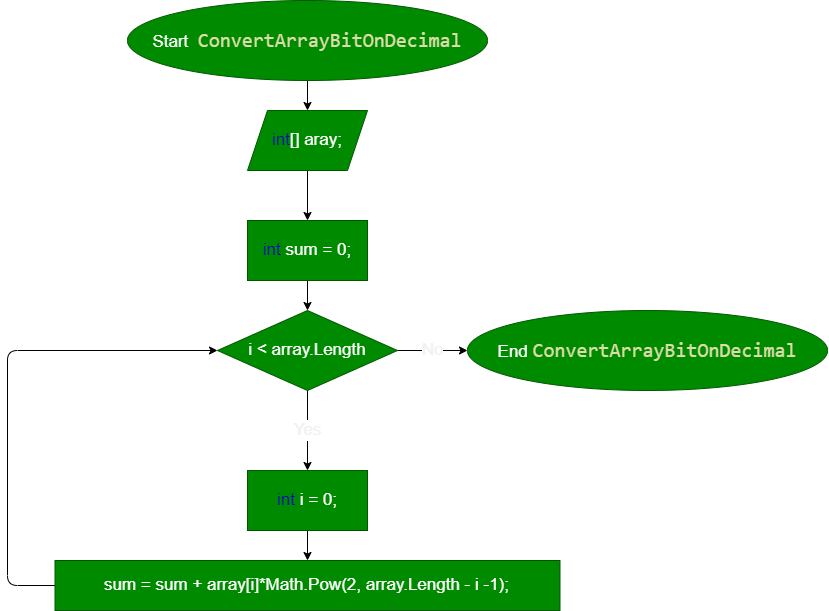
The draw.io diagram ProceduralApproach/Functions/Task1_CreatArray_of_Bit_with_TranslateDecimal_and_Versa/diagram.drawio.png in SergeyPochikaev/HomeWork, before a commit. Source tidied: cells renumbered, new cells last; positions are measured from the earlier drawing's top-left corner, leaving out a move shared by most shapes.
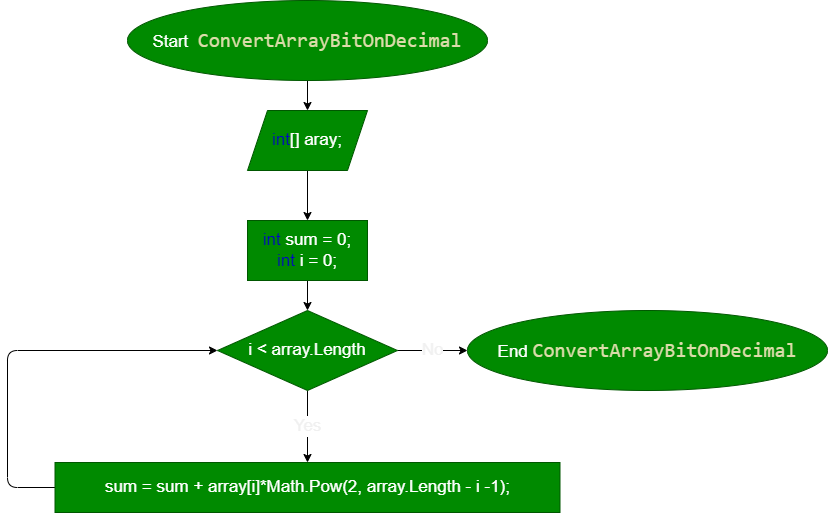
Above is the later version.

The edit, as a diff of the source:
```diff
@@ -11,10 +11,10 @@
     <mxCell id="4" style="edgeStyle=none;html=1;fontSize=17;fontColor=#0000CC;" parent="1" edge="1" source="5" target="8">
       <mxGeometry relative="1" as="geometry" />
     </mxCell>
-    <mxCell id="5" value="&lt;font color=&quot;#0000cc&quot;&gt;int &lt;/font&gt;sum = 0;" style="whiteSpace=wrap;html=1;fontSize=17;fillColor=#008a00;strokeColor=#005700;fontColor=#ffffff;" parent="1" vertex="1">
+    <mxCell id="5" value="&lt;font color=&quot;#0000cc&quot;&gt;int &lt;/font&gt;sum = 0;&lt;br&gt;&lt;font color=&quot;#0000cc&quot;&gt;int&amp;nbsp;&lt;/font&gt;i = 0;" style="whiteSpace=wrap;html=1;fontSize=17;fillColor=#008a00;strokeColor=#005700;fontColor=#ffffff;" parent="1" vertex="1">
       <mxGeometry x="240" y="220" width="120" height="60" as="geometry" />
     </mxCell>
-    <mxCell id="6" value="Yes" style="edgeStyle=none;html=1;fontSize=17;fontColor=#F0F0F0;" parent="1" edge="1" source="8" target="10">
+    <mxCell id="6" value="Yes" style="edgeStyle=none;html=1;fontSize=17;fontColor=#F0F0F0;entryX=0.5;entryY=0;entryDx=0;entryDy=0;" parent="1" edge="1" source="8" target="14">
       <mxGeometry relative="1" as="geometry" />
     </mxCell>
     <mxCell id="7" value="No" style="edgeStyle=none;html=1;fontSize=17;fontColor=#F0F0F0;" parent="1" edge="1" source="8" target="15">
@@ -23,12 +23,6 @@
     <mxCell id="8" value="i &amp;lt; array.Length" style="rhombus;whiteSpace=wrap;html=1;fontSize=17;fillColor=#008a00;strokeColor=#005700;fontColor=#ffffff;" parent="1" vertex="1">
       <mxGeometry x="210" y="310" width="180" height="80" as="geometry" />
     </mxCell>
-    <mxCell id="9" style="edgeStyle=none;html=1;fontSize=17;fontColor=#0000CC;" parent="1" edge="1" source="10" target="14">
-      <mxGeometry relative="1" as="geometry" />
-    </mxCell>
-    <mxCell id="10" value="&lt;font color=&quot;#0000cc&quot;&gt;int &lt;/font&gt;i = 0;" style="whiteSpace=wrap;html=1;fontSize=17;fillColor=#008a00;strokeColor=#005700;fontColor=#ffffff;" parent="1" vertex="1">
-      <mxGeometry x="240" y="470" width="120" height="60" as="geometry" />
-    </mxCell>
     <mxCell id="11" style="edgeStyle=none;html=1;fontSize=17;fontColor=#0000CC;" parent="1" edge="1" source="12" target="5">
       <mxGeometry relative="1" as="geometry" />
     </mxCell>
@@ -38,13 +32,13 @@
     <mxCell id="13" style="edgeStyle=none;html=1;entryX=0;entryY=0.5;entryDx=0;entryDy=0;fontSize=17;fontColor=#0000CC;exitX=0;exitY=0.5;exitDx=0;exitDy=0;" parent="1" edge="1" source="14" target="8">
       <mxGeometry relative="1" as="geometry">
         <Array as="points">
-          <mxPoint y="585" />
+          <mxPoint y="487" />
           <mxPoint y="350" />
         </Array>
       </mxGeometry>
     </mxCell>
     <mxCell id="14" value="sum = sum&amp;nbsp;+ array[i]*Math.Pow(2, array.Length - i -1);" style="whiteSpace=wrap;html=1;fontSize=17;fillColor=#008a00;strokeColor=#005700;fontColor=#ffffff;" parent="1" vertex="1">
-      <mxGeometry x="47.5" y="560" width="505" height="50" as="geometry" />
+      <mxGeometry x="47.5" y="462" width="505" height="50" as="geometry" />
     </mxCell>
     <mxCell id="15" value="End&amp;nbsp;&lt;span style=&quot;color: rgb(220, 220, 170); font-family: Consolas, &amp;quot;Courier New&amp;quot;, monospace; font-size: 20px; background-color: rgb(0, 138, 0);&quot;&gt;ConvertArrayBitOnDecimal&lt;/span&gt;" style="ellipse;whiteSpace=wrap;html=1;fillColor=#008a00;fontColor=#ffffff;strokeColor=#005700;fontSize=17;" parent="1" vertex="1">
       <mxGeometry x="460" y="310" width="360" height="80" as="geometry" />
```
